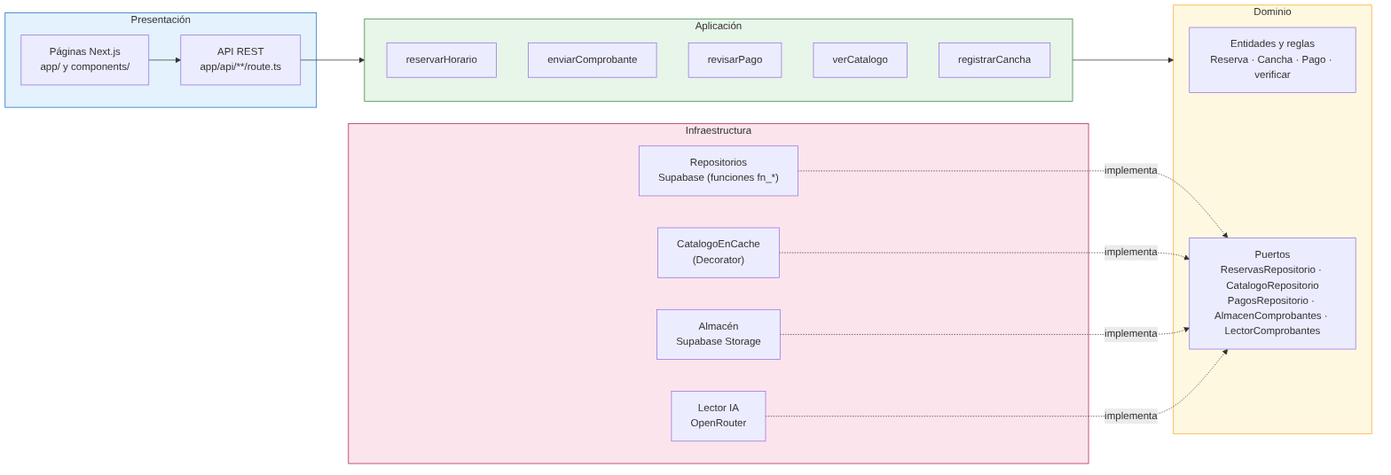
edhtsprado27-bit/ReservaYa-Ayacucho keeps this Mermaid diagram as img/componentes.png. Above is the earlier version. Its source is kept beside it as img/fuentes-svg/componentes.mmd. Its diagram source:
```mermaid
flowchart LR
    subgraph pres["Presentación"]
        web["Páginas Next.js<br/>app/ y components/"]
        rest["API REST<br/>app/api/**/route.ts"]
    end
    subgraph app["Aplicación"]
        uc1["reservarHorario"]
        uc2["enviarComprobante"]
        uc3["revisarPago"]
        uc4["verCatalogo"]
        uc5["registrarCancha"]
    end
    subgraph dom["Dominio"]
        ent["Entidades y reglas<br/>Reserva · Cancha · Pago · verificar"]
        ports["Puertos<br/>ReservasRepositorio · CatalogoRepositorio<br/>PagosRepositorio · AlmacenComprobantes · LectorComprobantes"]
    end
    subgraph infra["Infraestructura"]
        pg["Repositorios<br/>Supabase (funciones fn_*)"]
        ca["CatalogoEnCache<br/>(Decorator)"]
        st["Almacén<br/>Supabase Storage"]
        or["Lector IA<br/>OpenRouter"]
    end

    web --> rest --> app
    app --> dom
    pg -.->|implementa| ports
    ca -.->|implementa| ports
    st -.->|implementa| ports
    or -.->|implementa| ports

    style pres fill:#e3f2fd,stroke:#1565c0
    style app fill:#e8f5e9,stroke:#2e7d32
    style dom fill:#fff8e1,stroke:#f9a825
    style infra fill:#fce4ec,stroke:#ad1457
```
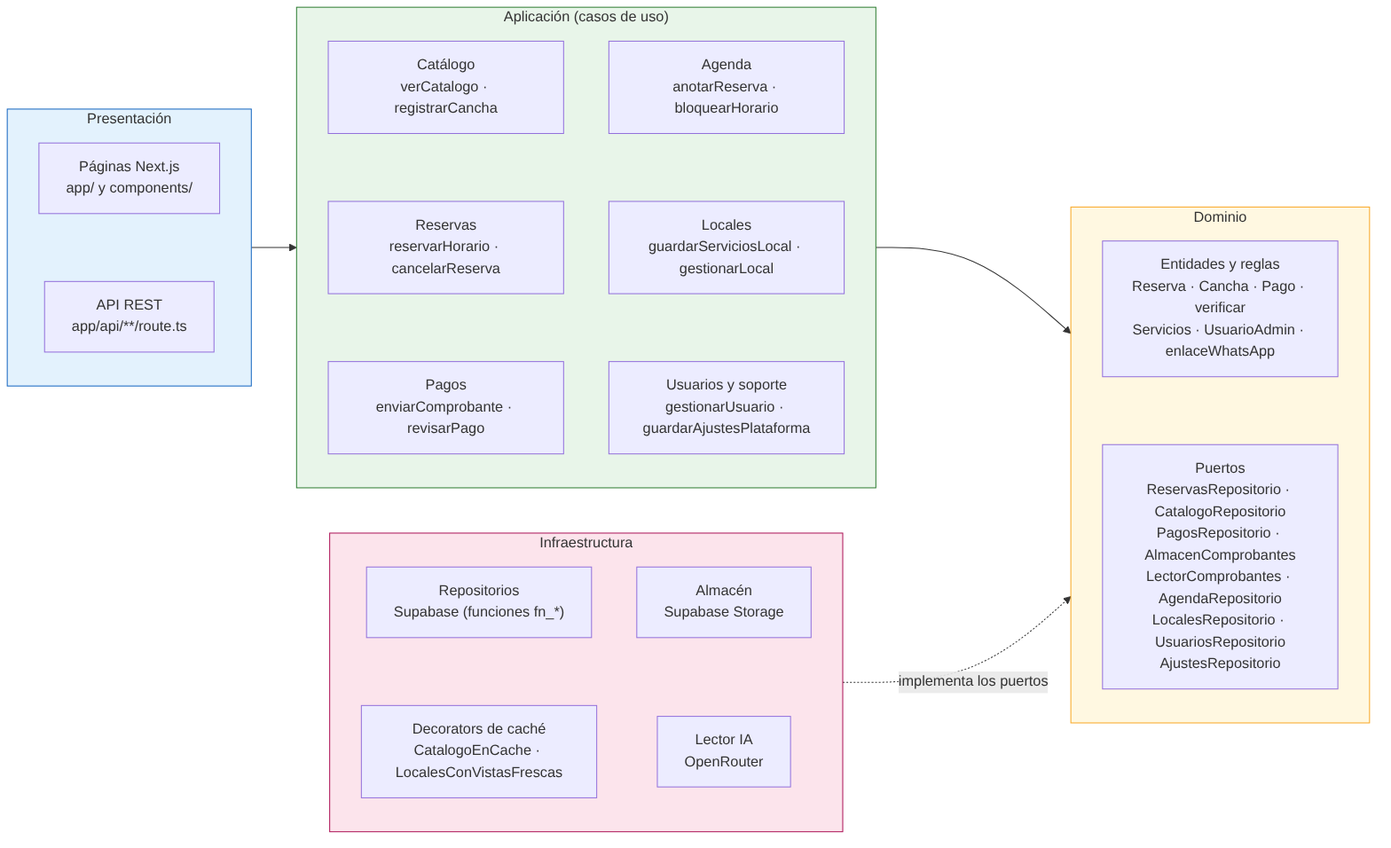
After the commit.

Change to the diagram source:
```diff
@@ -1,32 +1,40 @@
 flowchart LR
     subgraph pres["Presentación"]
+        direction TB
         web["Páginas Next.js<br/>app/ y components/"]
         rest["API REST<br/>app/api/**/route.ts"]
+        web ~~~ rest
     end
-    subgraph app["Aplicación"]
-        uc1["reservarHorario"]
-        uc2["enviarComprobante"]
-        uc3["revisarPago"]
-        uc4["verCatalogo"]
-        uc5["registrarCancha"]
+    subgraph app["Aplicación (casos de uso)"]
+        direction TB
+        uc1["Catálogo<br/>verCatalogo · registrarCancha"]
+        uc2["Reservas<br/>reservarHorario · cancelarReserva"]
+        uc3["Pagos<br/>enviarComprobante · revisarPago"]
+        uc4["Agenda<br/>anotarReserva · bloquearHorario"]
+        uc5["Locales<br/>guardarServiciosLocal · gestionarLocal"]
+        uc6["Usuarios y soporte<br/>gestionarUsuario · guardarAjustesPlataforma"]
+        uc1 ~~~ uc2 ~~~ uc3
+        uc4 ~~~ uc5 ~~~ uc6
     end
     subgraph dom["Dominio"]
-        ent["Entidades y reglas<br/>Reserva · Cancha · Pago · verificar"]
-        ports["Puertos<br/>ReservasRepositorio · CatalogoRepositorio<br/>PagosRepositorio · AlmacenComprobantes · LectorComprobantes"]
+        direction TB
+        ent["Entidades y reglas<br/>Reserva · Cancha · Pago · verificar<br/>Servicios · UsuarioAdmin · enlaceWhatsApp"]
+        ports["Puertos<br/>ReservasRepositorio · CatalogoRepositorio<br/>PagosRepositorio · AlmacenComprobantes<br/>LectorComprobantes · AgendaRepositorio<br/>LocalesRepositorio · UsuariosRepositorio<br/>AjustesRepositorio"]
+        ent ~~~ ports
     end
     subgraph infra["Infraestructura"]
+        direction TB
         pg["Repositorios<br/>Supabase (funciones fn_*)"]
-        ca["CatalogoEnCache<br/>(Decorator)"]
+        ca["Decorators de caché<br/>CatalogoEnCache · LocalesConVistasFrescas"]
         st["Almacén<br/>Supabase Storage"]
         or["Lector IA<br/>OpenRouter"]
+        pg ~~~ ca
+        st ~~~ or
     end
 
-    web --> rest --> app
+    pres --> app
     app --> dom
-    pg -.->|implementa| ports
-    ca -.->|implementa| ports
-    st -.->|implementa| ports
-    or -.->|implementa| ports
+    infra -. "implementa los puertos" .-> dom
 
     style pres fill:#e3f2fd,stroke:#1565c0
     style app fill:#e8f5e9,stroke:#2e7d32
```
